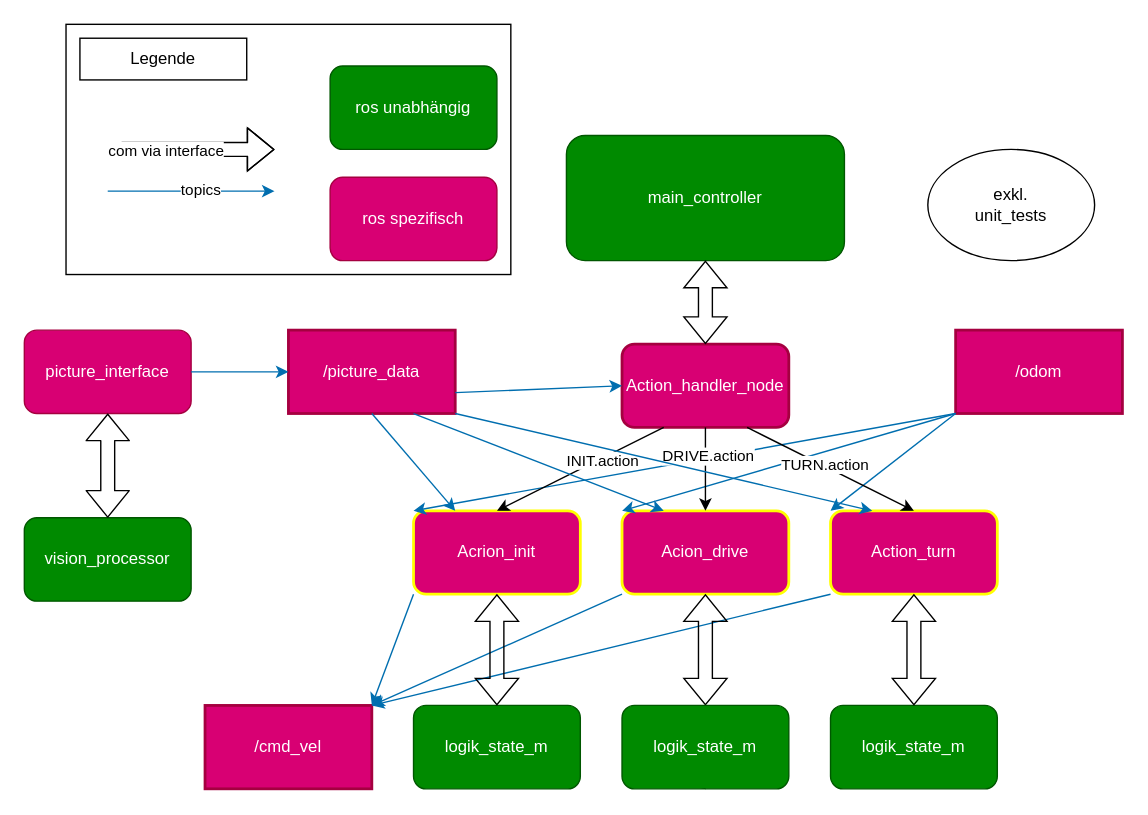
Above: page "Seite-1" (1 of 2) of misc/archv1.drawio in derlole/MURI (draw.io), before the change. Source tidied: cells renumbered, new cells numbered last; positions are measured from the earlier drawing's top-left corner, leaving out a move shared by most shapes. Both pictures are drawn from the tidied source at 139%, with x=0, y=0 at pixel (24, 24).
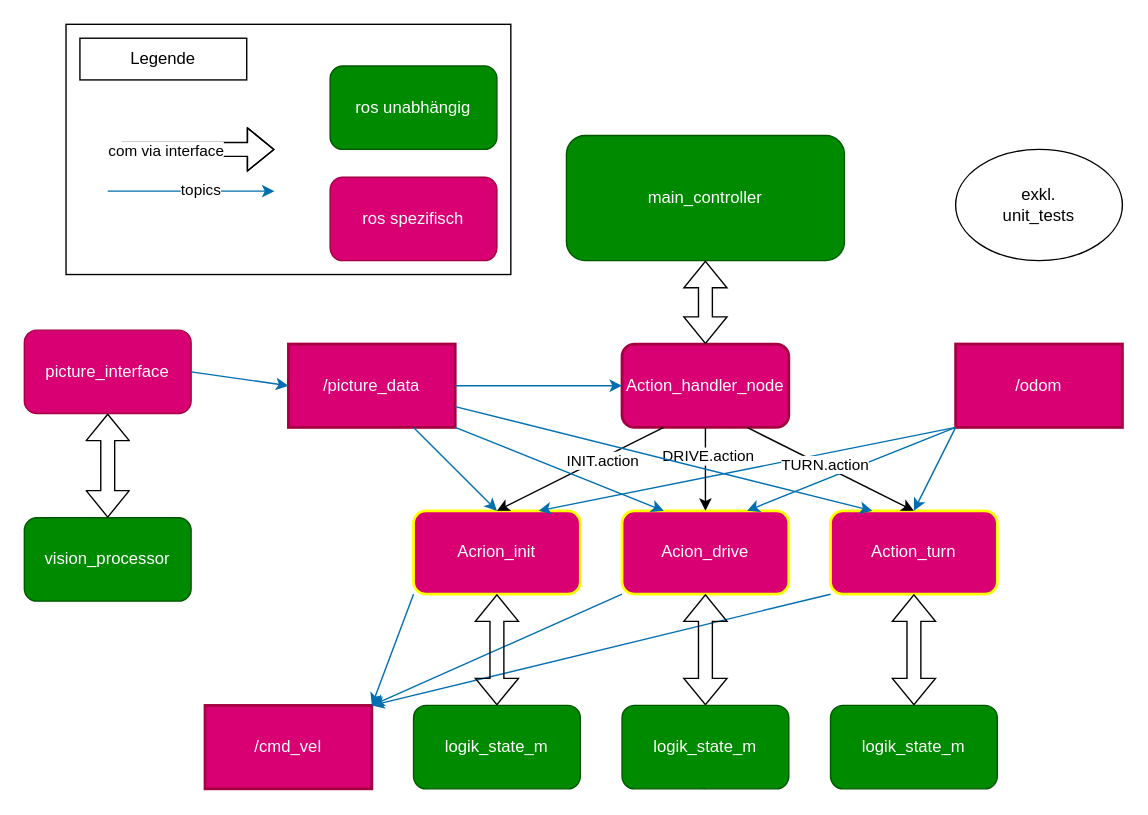
Above is the later version.

Commit message:
arch_update_graphical

The change refers to these unchanged cells:
```xml
<mxCell id="4" value="Acion_drive" style="rounded=1;whiteSpace=wrap;html=1;fillColor=#d80073;fontColor=#ffffff;strokeColor=#FFFF00;strokeWidth=2;" parent="1" vertex="1">
  <mxGeometry x="430" y="350" width="120" height="60" as="geometry" />
</mxCell>
<mxCell id="5" value="Acrion_init" style="rounded=1;whiteSpace=wrap;html=1;fillColor=#d80073;fontColor=#ffffff;strokeColor=#FFFF00;strokeWidth=2;" parent="1" vertex="1">
  <mxGeometry x="280" y="350" width="120" height="60" as="geometry" />
</mxCell>
<mxCell id="6" value="Action_turn" style="rounded=1;whiteSpace=wrap;html=1;fillColor=#d80073;fontColor=#ffffff;strokeColor=#FFFF00;strokeWidth=2;" parent="1" vertex="1">
  <mxGeometry x="580" y="350" width="120" height="60" as="geometry" />
</mxCell>
<mxCell id="30" value="Action_handler_node" style="rounded=1;whiteSpace=wrap;html=1;fillColor=#d80073;fontColor=#ffffff;strokeColor=light-dark(#A50040, #1300a3);strokeWidth=2;" parent="1" vertex="1">
  <mxGeometry x="430" y="230" width="120" height="60" as="geometry" />
</mxCell>
```

Change to the diagram source:
```diff
@@
     <mxCell id="8" value="/odom" style="rounded=0;whiteSpace=wrap;html=1;fillColor=#d80073;fontColor=#ffffff;strokeColor=light-dark(#A50040, #00eeff);strokeWidth=2;" parent="1" vertex="1">
-      <mxGeometry x="670" y="220" width="120" height="60" as="geometry" />
+      <mxGeometry x="670" y="230" width="120" height="60" as="geometry" />
     </mxCell>
@@
-    <mxCell id="12" style="endArrow=classic;html=1;rounded=0;exitX=0;exitY=1;exitDx=0;exitDy=0;entryX=0;entryY=0;entryDx=0;entryDy=0;fillColor=#1ba1e2;strokeColor=#006EAF;" parent="1" edge="1" source="8" target="4">
+    <mxCell id="12" style="endArrow=classic;html=1;rounded=0;exitX=0;exitY=1;exitDx=0;exitDy=0;entryX=0.75;entryY=0;entryDx=0;entryDy=0;fillColor=#1ba1e2;strokeColor=#006EAF;" parent="1" edge="1" source="8" target="4">
       <mxGeometry relative="1" as="geometry" />
     </mxCell>
-    <mxCell id="13" style="endArrow=classic;html=1;rounded=0;exitX=0;exitY=1;exitDx=0;exitDy=0;entryX=0;entryY=0;entryDx=0;entryDy=0;fillColor=#1ba1e2;strokeColor=#006EAF;" parent="1" edge="1" source="8" target="5">
+    <mxCell id="13" style="endArrow=classic;html=1;rounded=0;exitX=0;exitY=1;exitDx=0;exitDy=0;entryX=0.75;entryY=0;entryDx=0;entryDy=0;fillColor=#1ba1e2;strokeColor=#006EAF;" parent="1" edge="1" source="8" target="5">
       <mxGeometry relative="1" as="geometry" />
     </mxCell>
-    <mxCell id="14" style="endArrow=classic;html=1;rounded=0;exitX=0;exitY=1;exitDx=0;exitDy=0;entryX=0;entryY=0;entryDx=0;entryDy=0;fillColor=#1ba1e2;strokeColor=#006EAF;" parent="1" edge="1" source="8" target="6">
+    <mxCell id="14" style="endArrow=classic;html=1;rounded=0;exitX=0;exitY=1;exitDx=0;exitDy=0;entryX=0.5;entryY=0;entryDx=0;entryDy=0;fillColor=#1ba1e2;strokeColor=#006EAF;" parent="1" edge="1" source="8" target="6">
       <mxGeometry relative="1" as="geometry" />
     </mxCell>
@@
     <mxCell id="25" value="exkl.&lt;div&gt;unit_tests&lt;/div&gt;" style="ellipse;whiteSpace=wrap;html=1;" parent="1" vertex="1">
-      <mxGeometry x="650" y="90" width="120" height="80" as="geometry" />
+      <mxGeometry x="670" y="90" width="120" height="80" as="geometry" />
     </mxCell>
@@
     <mxCell id="41" value="/picture_data" style="rounded=0;whiteSpace=wrap;html=1;fillColor=#d80073;fontColor=#ffffff;strokeColor=light-dark(#A50040, #00eeff);strokeWidth=2;" parent="1" vertex="1">
-      <mxGeometry x="190" y="220" width="120" height="60" as="geometry" />
+      <mxGeometry x="190" y="230" width="120" height="60" as="geometry" />
     </mxCell>
@@
-    <mxCell id="43" style="endArrow=classic;html=1;rounded=0;exitX=0.5;exitY=1;exitDx=0;exitDy=0;fillColor=#1ba1e2;strokeColor=#006EAF;entryX=0.25;entryY=0;entryDx=0;entryDy=0;" parent="1" edge="1" source="41" target="5">
+    <mxCell id="43" style="endArrow=classic;html=1;rounded=0;exitX=0.75;exitY=1;exitDx=0;exitDy=0;fillColor=#1ba1e2;strokeColor=#006EAF;entryX=0.5;entryY=0;entryDx=0;entryDy=0;" parent="1" edge="1" source="41" target="5">
       <mxGeometry relative="1" as="geometry" />
     </mxCell>
-    <mxCell id="44" style="endArrow=classic;html=1;rounded=0;exitX=0.75;exitY=1;exitDx=0;exitDy=0;fillColor=#1ba1e2;strokeColor=#006EAF;entryX=0.25;entryY=0;entryDx=0;entryDy=0;" parent="1" edge="1" source="41" target="4">
+    <mxCell id="44" style="endArrow=classic;html=1;rounded=0;exitX=1;exitY=1;exitDx=0;exitDy=0;fillColor=#1ba1e2;strokeColor=#006EAF;entryX=0.25;entryY=0;entryDx=0;entryDy=0;" parent="1" edge="1" source="41" target="4">
       <mxGeometry relative="1" as="geometry" />
     </mxCell>
-    <mxCell id="45" style="endArrow=classic;html=1;rounded=0;exitX=1;exitY=1;exitDx=0;exitDy=0;fillColor=#1ba1e2;strokeColor=#006EAF;entryX=0.25;entryY=0;entryDx=0;entryDy=0;" parent="1" edge="1" source="41" target="6">
+    <mxCell id="45" style="endArrow=classic;html=1;rounded=0;exitX=1;exitY=0.75;exitDx=0;exitDy=0;fillColor=#1ba1e2;strokeColor=#006EAF;entryX=0.25;entryY=0;entryDx=0;entryDy=0;" parent="1" edge="1" source="41" target="6">
       <mxGeometry relative="1" as="geometry" />
     </mxCell>
-    <mxCell id="46" style="endArrow=classic;html=1;rounded=0;exitX=1;exitY=0.75;exitDx=0;exitDy=0;fillColor=#1ba1e2;strokeColor=#006EAF;entryX=0;entryY=0.5;entryDx=0;entryDy=0;" parent="1" edge="1" source="41" target="30">
+    <mxCell id="46" style="endArrow=classic;html=1;rounded=0;exitX=1;exitY=0.5;exitDx=0;exitDy=0;fillColor=#1ba1e2;strokeColor=#006EAF;entryX=0;entryY=0.5;entryDx=0;entryDy=0;" parent="1" edge="1" source="41" target="30">
       <mxGeometry relative="1" as="geometry" />
     </mxCell>
```
